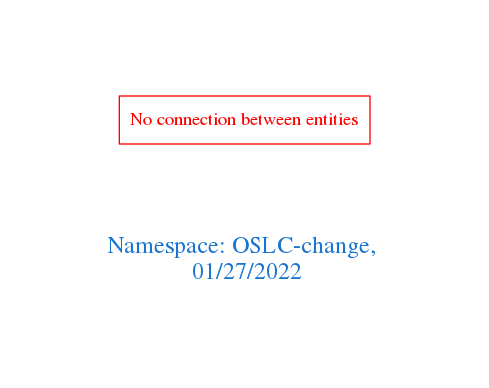
Before: downloads/OSLC-change.png, a diagram exported from Graphviz (arago/OGIT). Its source is kept beside it as downloads/OSLC-change.dot.
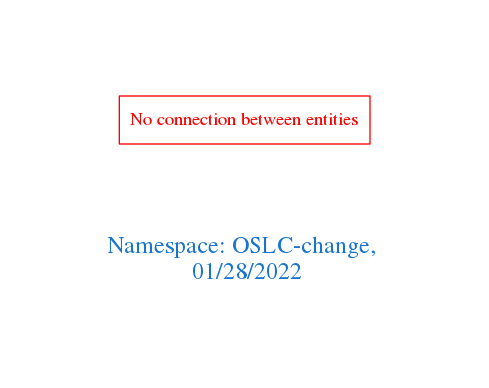
The same diagram one commit later.

The edit, as a diff of the source:
```diff
@@ -1,7 +1,7 @@
 digraph OGIT_ontology {
  graph [ rankdir= LR,pad=1
 fontsize = 18,
-fontcolor= dodgerblue3,label = "\n\n\nNamespace: OSLC-change, \n 01/27/2022"];
+fontcolor= dodgerblue3,label = "\n\n\nNamespace: OSLC-change, \n 01/28/2022"];
 node[shape=polygon];
 edge [  color="gray81"];
 
```
